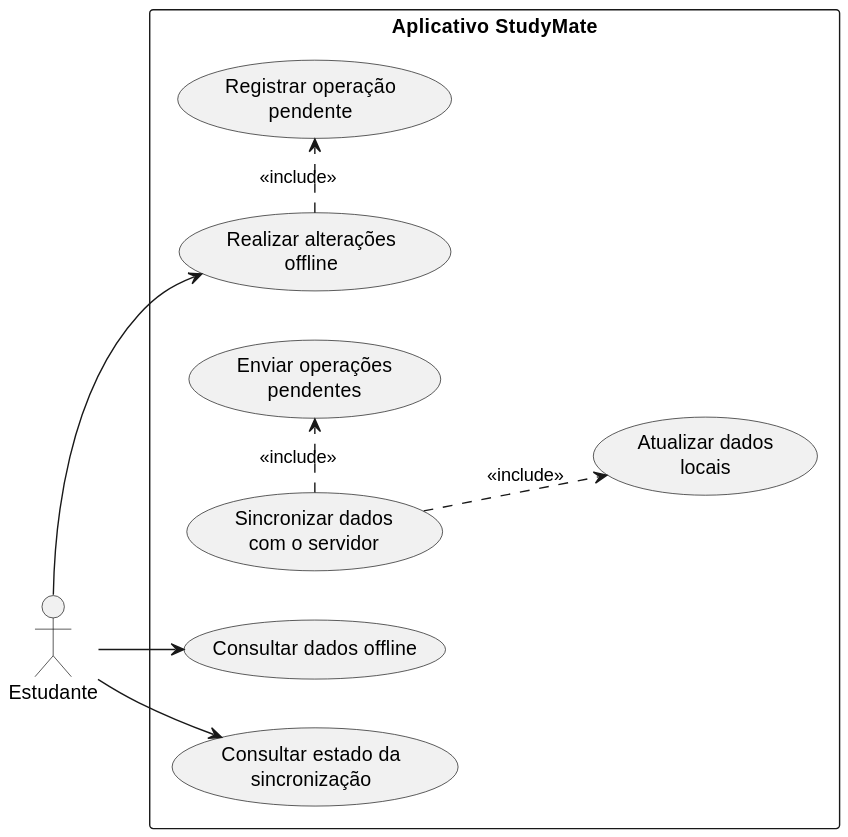
The PlantUML diagram docs/use_case_diagram_offline.svg in StudyMate-TG/studymate-app, before a commit. Source of this version:
```plantuml
@startuml
left to right direction

skinparam linetype spline
skinparam nodesep 35
skinparam ranksep 40

actor Estudante

rectangle "Aplicativo StudyMate" {

    usecase "Consultar dados offline" as UC16

    usecase "Realizar alterações\noffline" as UC17
    usecase "Registrar operação\npendente" as UC17A

    usecase "Sincronizar dados\ncom o servidor" as UC18
    usecase "Enviar operações\npendentes" as UC18A
    usecase "Atualizar dados\nlocais" as UC18B

    usecase "Consultar estado da\nsincronização" as UC19

    UC17 -[hidden]right-> UC17A
    UC18 -[hidden]right-> UC18A
    UC18A -[hidden]down-> UC18B

}

Estudante --> UC16
Estudante --> UC17
Estudante --> UC19

UC17 .> UC17A : <<include>>
UC18 .> UC18A : <<include>>
UC18 .> UC18B : <<include>>
@enduml
```
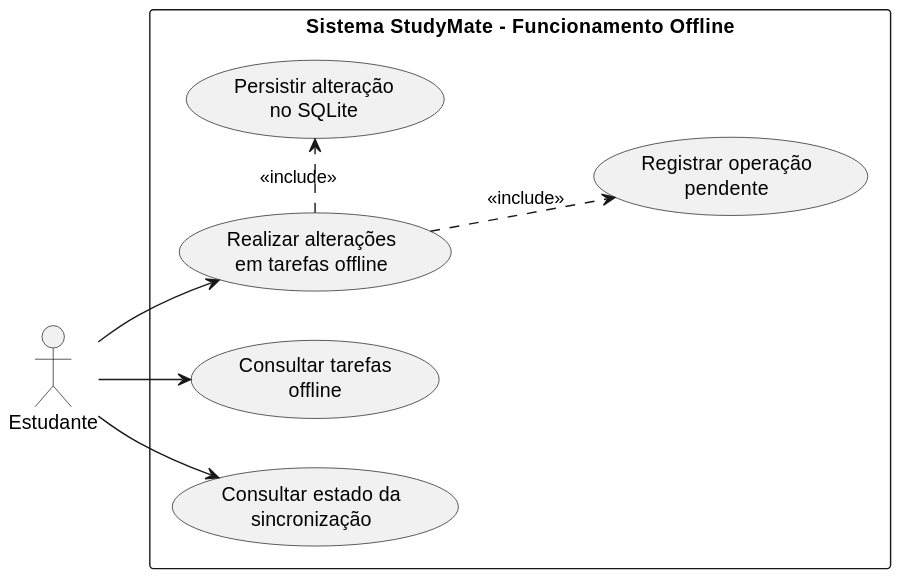
After the change.

What changed in the source:
```diff
@@ -7,22 +7,18 @@
 
 actor Estudante
 
-rectangle "Aplicativo StudyMate" {
+rectangle "Sistema StudyMate - Funcionamento Offline" {
 
-    usecase "Consultar dados offline" as UC16
+    usecase "Consultar tarefas\noffline" as UC16
 
-    usecase "Realizar alterações\noffline" as UC17
-    usecase "Registrar operação\npendente" as UC17A
-
-    usecase "Sincronizar dados\ncom o servidor" as UC18
-    usecase "Enviar operações\npendentes" as UC18A
-    usecase "Atualizar dados\nlocais" as UC18B
+    usecase "Realizar alterações\nem tarefas offline" as UC17
+    usecase "Persistir alteração\nno SQLite" as UC17A
+    usecase "Registrar operação\npendente" as UC17B
 
     usecase "Consultar estado da\nsincronização" as UC19
 
     UC17 -[hidden]right-> UC17A
-    UC18 -[hidden]right-> UC18A
-    UC18A -[hidden]down-> UC18B
+    UC17A -[hidden]down-> UC17B
 
 }
 
@@ -31,6 +27,5 @@
 Estudante --> UC19
 
 UC17 .> UC17A : <<include>>
-UC18 .> UC18A : <<include>>
-UC18 .> UC18B : <<include>>
+UC17 .> UC17B : <<include>>
 @enduml
```
